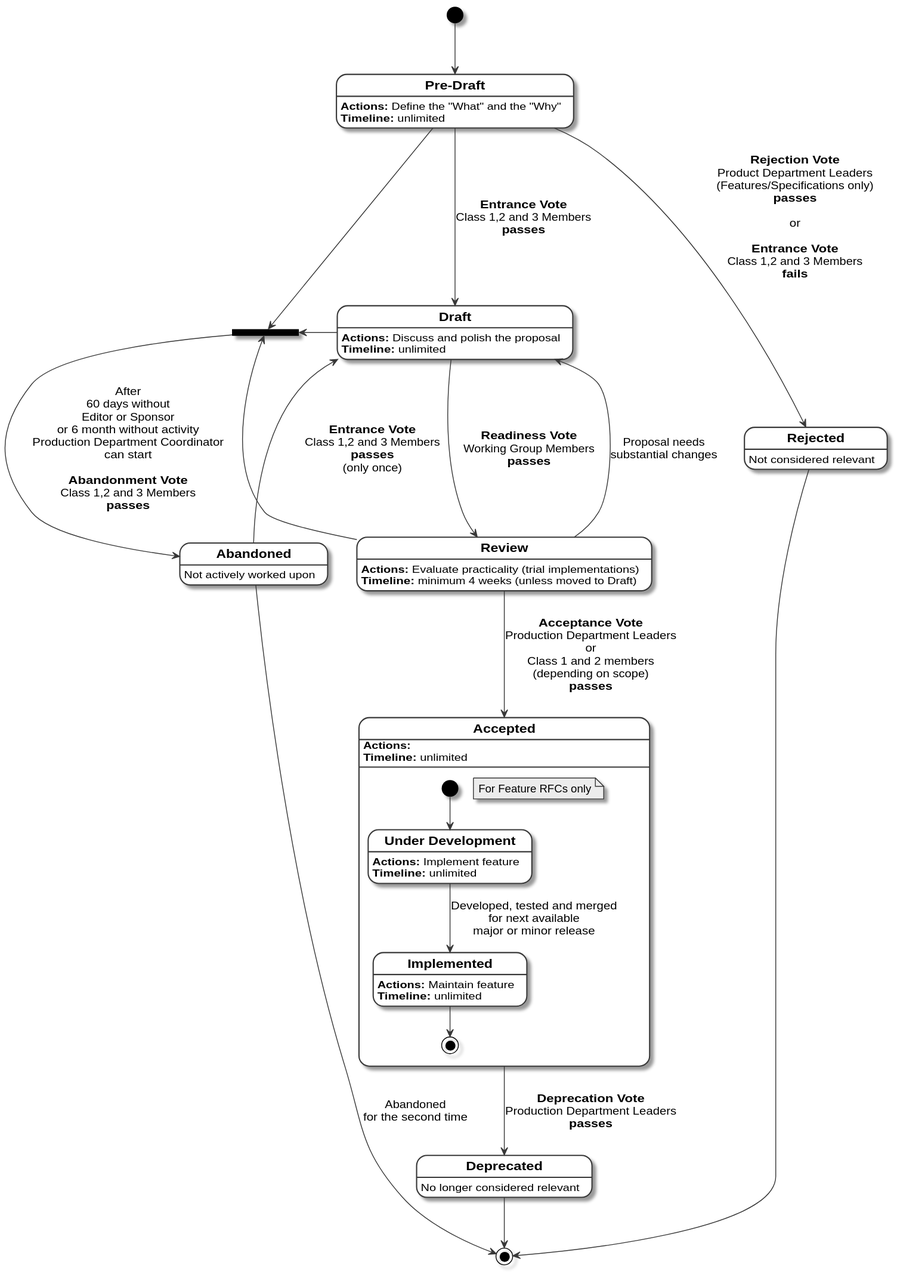
Earlier version of the PlantUML export accepted/RFC-0-assets/rfc_workflow.svg (joomla/rfc).
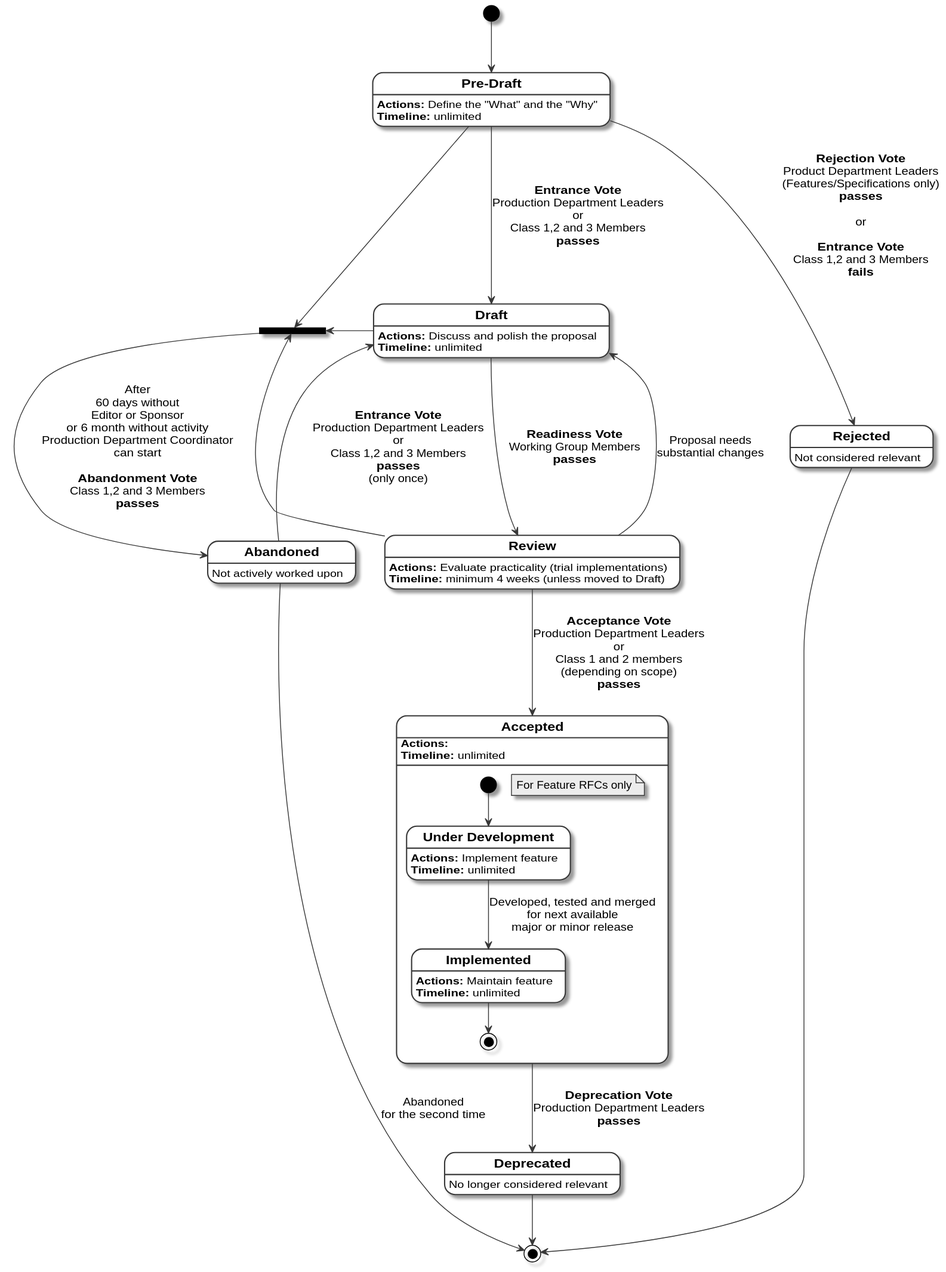
Later version of the same file.

The edit, as a diff of the source:
```diff
@@ -44,7 +44,7 @@
 state O <<join>>
 
 
-PreDraft --> Draft: **Entrance Vote**\nClass 1,2 and 3 Members\n**passes**
+PreDraft --> Draft: **Entrance Vote**\nProduction Department Leaders\nor\nClass 1,2 and 3 Members\n**passes**
 PreDraft --> Rejected: **Rejection Vote**\nProduct Department Leaders\n(Features/Specifications only)\n**passes**\n\nor\n\n**Entrance Vote**\nClass 1,2 and 3 Members\n**fails**
 
 Draft --> Review: **Readiness Vote**\nWorking Group Members\n**passes**
@@ -61,7 +61,7 @@
 Draft -left-> O
 Review -left-> O
 
-Abandoned -up-> Draft: **Entrance Vote**\nClass 1,2 and 3 Members\n**passes**\n(only once)
+Abandoned -up-> Draft: **Entrance Vote**\nProduction Department Leaders\nor\nClass 1,2 and 3 Members\n**passes**\n(only once)
 
 Abandoned --> [*]: Abandoned\nfor the second time
 Deprecated --> [*]
```
